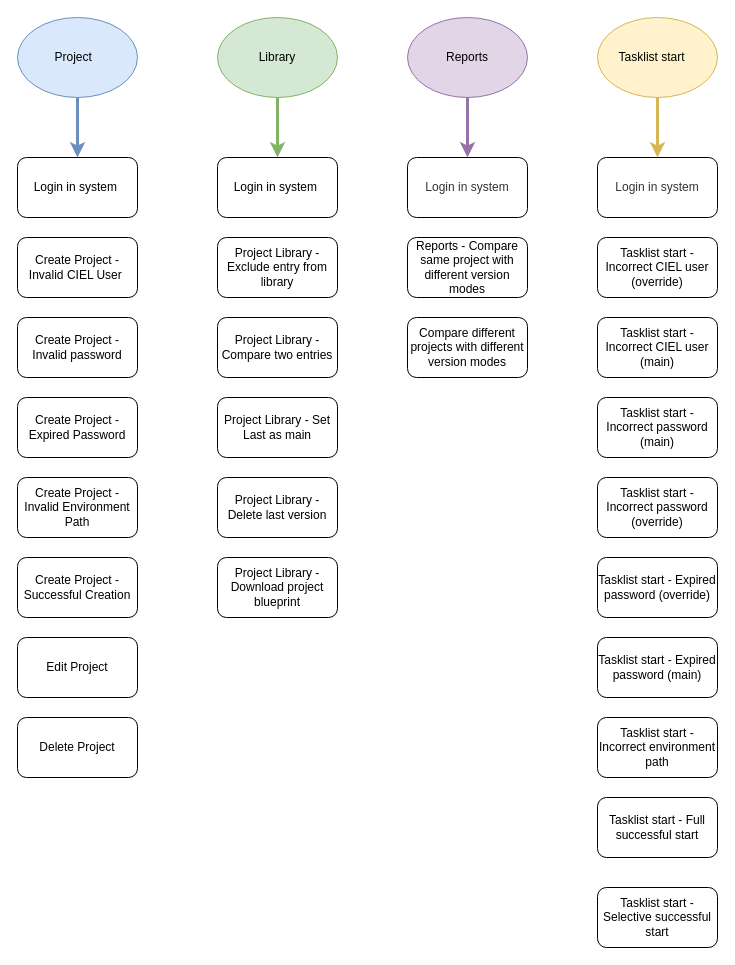
Natali1429/DIA keeps this draw.io diagram as ORCA.drawio. Above is the earlier version. Source tidied: cells renumbered, new cells numbered last; positions are measured from the earlier drawing's top-left corner, leaving out a move shared by most shapes. Both pictures are drawn from the tidied source at 100%, with x=0, y=0 at pixel (17, 17).
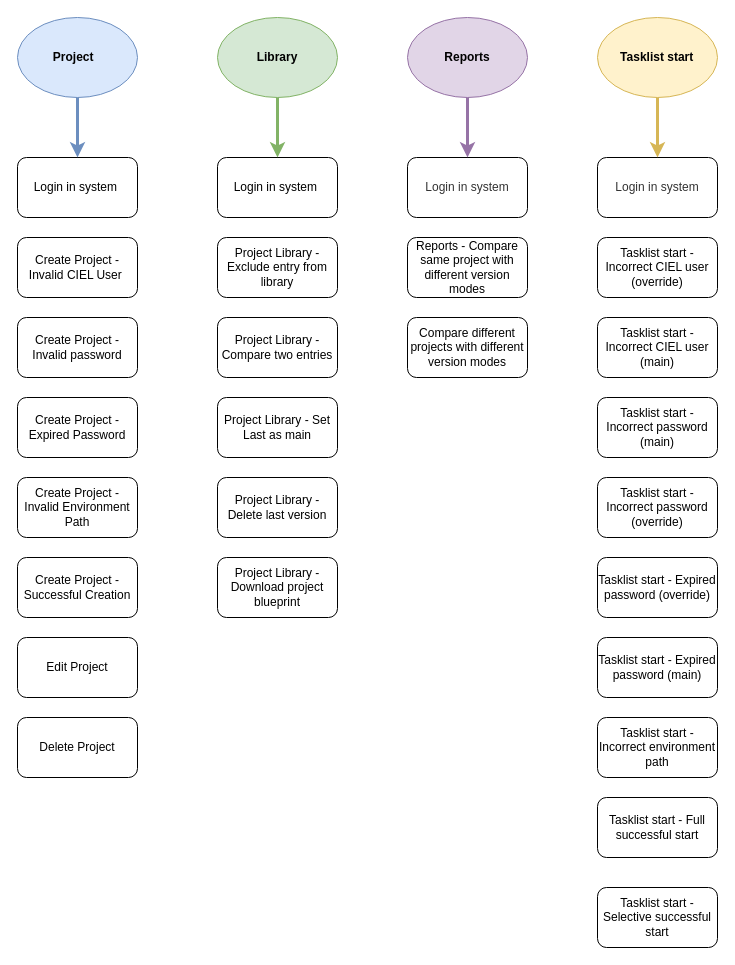
Above is the later version.

What changed in the source:
```diff
@@
-    <mxCell id="16" value="Reports" style="ellipse;whiteSpace=wrap;html=1;fillColor=#e1d5e7;strokeColor=#9673a6;" parent="1" vertex="1">
+    <mxCell id="16" value="&lt;b&gt;Reports&lt;/b&gt;" style="ellipse;whiteSpace=wrap;html=1;fillColor=#e1d5e7;strokeColor=#9673a6;" parent="1" vertex="1">
       <mxGeometry x="390" width="120" height="80" as="geometry" />
     </mxCell>
-    <mxCell id="17" value="&lt;p class=&quot;MsoListParagraph&quot; style=&quot;text-indent: -18.0pt&quot;&gt;&amp;nbsp; &amp;nbsp; Tasklist start&lt;/p&gt;" style="ellipse;whiteSpace=wrap;html=1;fillColor=#fff2cc;strokeColor=#d6b656;" parent="1" vertex="1">
+    <mxCell id="17" value="&lt;p class=&quot;MsoListParagraph&quot; style=&quot;text-indent: -18.0pt&quot;&gt;&lt;b&gt;&amp;nbsp; &amp;nbsp; &amp;nbsp; &amp;nbsp;Tasklist start&lt;/b&gt;&lt;/p&gt;" style="ellipse;whiteSpace=wrap;html=1;fillColor=#fff2cc;strokeColor=#d6b656;align=center;" parent="1" vertex="1">
       <mxGeometry x="580" width="120" height="80" as="geometry" />
     </mxCell>
-    <mxCell id="18" value="&lt;p class=&quot;MsoListParagraph&quot; style=&quot;text-indent: -18.0pt&quot;&gt;&lt;span lang=&quot;EN-US&quot;&gt;&lt;span style=&quot;font-stretch: normal ; font-size: 7pt ; line-height: normal ; font-family: &amp;#34;times new roman&amp;#34;&quot;&gt;&amp;nbsp; &amp;nbsp; &amp;nbsp; &amp;nbsp;&lt;/span&gt;&lt;/span&gt;&lt;span lang=&quot;EN-US&quot;&gt;Project&lt;/span&gt;&lt;/p&gt;" style="ellipse;whiteSpace=wrap;html=1;fillColor=#dae8fc;strokeColor=#6c8ebf;" parent="1" vertex="1">
+    <mxCell id="18" value="&lt;p class=&quot;MsoListParagraph&quot; style=&quot;text-indent: -18.0pt&quot;&gt;&lt;b&gt;&lt;span lang=&quot;EN-US&quot;&gt;&lt;span style=&quot;font-stretch: normal ; font-size: 7pt ; line-height: normal ; font-family: &amp;#34;times new roman&amp;#34;&quot;&gt;&amp;nbsp; &amp;nbsp; &amp;nbsp; &amp;nbsp;&lt;/span&gt;&lt;/span&gt;&lt;span lang=&quot;EN-US&quot;&gt;Project&lt;/span&gt;&lt;/b&gt;&lt;/p&gt;" style="ellipse;whiteSpace=wrap;html=1;fillColor=#dae8fc;strokeColor=#6c8ebf;" parent="1" vertex="1">
       <mxGeometry width="120" height="80" as="geometry" />
     </mxCell>
-    <mxCell id="19" value="Library" style="ellipse;whiteSpace=wrap;html=1;fillColor=#d5e8d4;strokeColor=#82b366;" parent="1" vertex="1">
+    <mxCell id="19" value="&lt;b&gt;Library&lt;/b&gt;" style="ellipse;whiteSpace=wrap;html=1;fillColor=#d5e8d4;strokeColor=#82b366;" parent="1" vertex="1">
       <mxGeometry x="200" width="120" height="80" as="geometry" />
     </mxCell>
```
